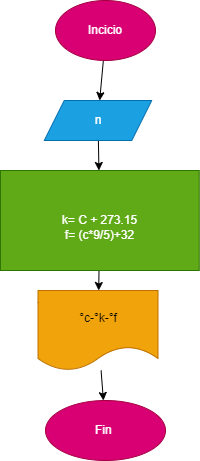
Earlier version of the draw.io export diagrama.png (n4ncy27/-_quiz_). Source tidied: cells renumbered, new cells last; positions are measured from the earlier drawing's top-left corner, leaving out a move shared by most shapes. The source it was exported from:
```xml
<mxGraphModel>
  <root>
    <mxCell id="0" />
    <mxCell id="1" parent="0" />
    <mxCell id="2" style="edgeStyle=none;html=1;" parent="1" edge="1" source="3" target="5">
      <mxGeometry relative="1" as="geometry" />
    </mxCell>
    <mxCell id="3" value="Incicio" style="ellipse;whiteSpace=wrap;html=1;fillColor=#d80073;fontColor=#ffffff;strokeColor=#A50040;" parent="1" vertex="1">
      <mxGeometry x="55" width="100" height="60" as="geometry" />
    </mxCell>
    <mxCell id="4" style="edgeStyle=none;html=1;" parent="1" edge="1" source="5" target="7">
      <mxGeometry relative="1" as="geometry" />
    </mxCell>
    <mxCell id="5" value="n" style="shape=parallelogram;perimeter=parallelogramPerimeter;whiteSpace=wrap;html=1;fixedSize=1;fillColor=#1ba1e2;strokeColor=#006EAF;fontColor=#ffffff;" parent="1" vertex="1">
      <mxGeometry x="43.8" y="100" width="107.5" height="40" as="geometry" />
    </mxCell>
    <mxCell id="6" style="edgeStyle=none;html=1;" parent="1" edge="1" source="7" target="9">
      <mxGeometry relative="1" as="geometry" />
    </mxCell>
    <mxCell id="7" value="&amp;nbsp;&amp;nbsp;&lt;br&gt;k= C + 273.15&lt;br&gt;f= (c*9/5)+32" style="whiteSpace=wrap;html=1;fillColor=#60a917;strokeColor=#2D7600;fontColor=#ffffff;" parent="1" vertex="1">
      <mxGeometry y="170" width="198.8" height="100" as="geometry" />
    </mxCell>
    <mxCell id="8" style="edgeStyle=none;html=1;" parent="1" edge="1" source="9" target="10">
      <mxGeometry relative="1" as="geometry" />
    </mxCell>
    <mxCell id="9" value="°c-°k-°f" style="shape=document;whiteSpace=wrap;html=1;boundedLbl=1;fillColor=#f0a30a;strokeColor=#BD7000;fontColor=#000000;" parent="1" vertex="1">
      <mxGeometry x="37.5" y="290" width="120" height="80" as="geometry" />
    </mxCell>
    <mxCell id="10" value="Fin&amp;nbsp;" style="ellipse;whiteSpace=wrap;html=1;fillColor=#d80073;strokeColor=#A50040;fontColor=#ffffff;" parent="1" vertex="1">
      <mxGeometry x="45" y="400" width="120" height="60" as="geometry" />
    </mxCell>
  </root>
</mxGraphModel>
```
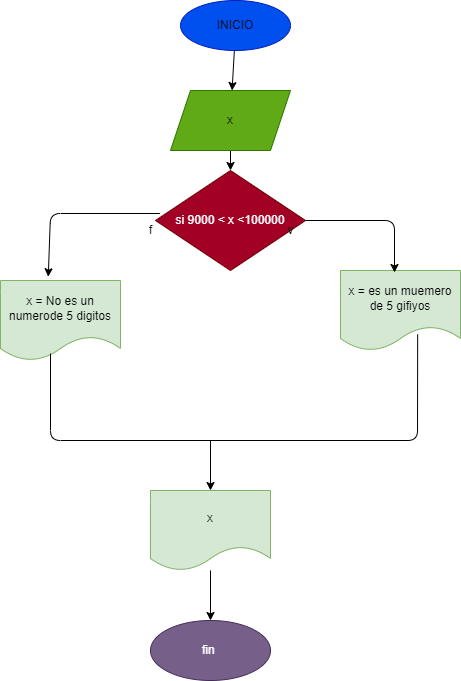
After the commit.

The edit, as a diff of the source:
```diff
@@ -2,32 +2,69 @@
   <root>
     <mxCell id="0" />
     <mxCell id="1" parent="0" />
+    <mxCell id="5" style="edgeStyle=none;html=1;fontColor=#000000;" parent="1" edge="1" source="2" target="4">
+      <mxGeometry relative="1" as="geometry" />
+    </mxCell>
-    <mxCell id="2" style="edgeStyle=none;html=1;" parent="1" edge="1" source="3" target="5">
-      <mxGeometry relative="1" as="geometry" />
+    <mxCell id="2" value="&lt;font color=&quot;#000000&quot;&gt;INICIO&lt;/font&gt;" style="ellipse;whiteSpace=wrap;html=1;fillColor=#0050ef;strokeColor=#001DBC;fontColor=#ffffff;" parent="1" vertex="1">
+      <mxGeometry x="25" width="110" height="50" as="geometry" />
     </mxCell>
-    <mxCell id="3" value="Incicio" style="ellipse;whiteSpace=wrap;html=1;fillColor=#d80073;fontColor=#ffffff;strokeColor=#A50040;" parent="1" vertex="1">
-      <mxGeometry x="55" width="100" height="60" as="geometry" />
-    </mxCell>
+    <mxCell id="7" style="edgeStyle=none;html=1;" parent="1" edge="1" source="4" target="13">
+      <mxGeometry relative="1" as="geometry" />
+    </mxCell>
-    <mxCell id="4" style="edgeStyle=none;html=1;" parent="1" edge="1" source="5" target="7">
-      <mxGeometry relative="1" as="geometry" />
+    <mxCell id="4" value="&lt;font color=&quot;#000000&quot;&gt;x&lt;/font&gt;" style="shape=parallelogram;perimeter=parallelogramPerimeter;whiteSpace=wrap;html=1;fixedSize=1;fillColor=#60a917;strokeColor=#2D7600;fontColor=#ffffff;" parent="1" vertex="1">
+      <mxGeometry x="15" y="90" width="120" height="60" as="geometry" />
     </mxCell>
-    <mxCell id="5" value="n" style="shape=parallelogram;perimeter=parallelogramPerimeter;whiteSpace=wrap;html=1;fixedSize=1;fillColor=#1ba1e2;strokeColor=#006EAF;fontColor=#ffffff;" parent="1" vertex="1">
-      <mxGeometry x="43.8" y="100" width="107.5" height="40" as="geometry" />
-    </mxCell>
+    <mxCell id="11" value="&lt;font color=&quot;#000000&quot;&gt;x = es un muemero de 5 gifiyos&lt;/font&gt;" style="shape=document;whiteSpace=wrap;html=1;boundedLbl=1;fillColor=#d5e8d4;strokeColor=#82b366;" parent="1" vertex="1">
+      <mxGeometry x="185" y="270" width="120" height="80" as="geometry" />
+    </mxCell>
+    <mxCell id="12" value="fin&amp;nbsp;" style="ellipse;whiteSpace=wrap;html=1;fillColor=#76608a;strokeColor=#432D57;fontColor=#ffffff;" parent="1" vertex="1">
+      <mxGeometry x="-5" y="620" width="120" height="60" as="geometry" />
+    </mxCell>
+    <mxCell id="13" value="si 9000 &amp;lt; x &amp;lt;100000" style="rhombus;whiteSpace=wrap;html=1;fillColor=#a20025;strokeColor=#6F0000;fontColor=#ffffff;" parent="1" vertex="1">
+      <mxGeometry y="170" width="150" height="100" as="geometry" />
+    </mxCell>
+    <mxCell id="9" style="endArrow=classic;html=1;exitX=1;exitY=0.5;exitDx=0;exitDy=0;entryX=0.45;entryY=0.025;entryDx=0;entryDy=0;entryPerimeter=0;" parent="1" edge="1" source="13" target="11">
+      <mxGeometry relative="1" as="geometry">
+        <Array as="points">
+          <mxPoint x="239" y="220" />
+        </Array>
+      </mxGeometry>
+    </mxCell>
-    <mxCell id="6" style="edgeStyle=none;html=1;" parent="1" edge="1" source="7" target="9">
-      <mxGeometry relative="1" as="geometry" />
+    <mxCell id="6" value="&lt;font color=&quot;#000000&quot;&gt;x = No es un numerode 5 digitos&lt;/font&gt;" style="shape=document;whiteSpace=wrap;html=1;boundedLbl=1;fillColor=#d5e8d4;strokeColor=#82b366;" parent="1" vertex="1">
+      <mxGeometry x="-155" y="280" width="120" height="80" as="geometry" />
     </mxCell>
-    <mxCell id="7" value="&amp;nbsp;&amp;nbsp;&lt;br&gt;k= C + 273.15&lt;br&gt;f= (c*9/5)+32" style="whiteSpace=wrap;html=1;fillColor=#60a917;strokeColor=#2D7600;fontColor=#ffffff;" parent="1" vertex="1">
-      <mxGeometry y="170" width="198.8" height="100" as="geometry" />
-    </mxCell>
+    <mxCell id="10" style="endArrow=classic;html=1;exitX=0.029;exitY=0.43;exitDx=0;exitDy=0;exitPerimeter=0;entryX=0.398;entryY=-0.047;entryDx=0;entryDy=0;entryPerimeter=0;" parent="1" edge="1" source="13" target="6">
+      <mxGeometry relative="1" as="geometry">
+        <Array as="points">
+          <mxPoint x="-105" y="213" />
+        </Array>
+      </mxGeometry>
+    </mxCell>
-    <mxCell id="8" style="edgeStyle=none;html=1;" parent="1" edge="1" source="9" target="10">
-      <mxGeometry relative="1" as="geometry" />
+    <mxCell id="8" value="v" style="text;html=1;align=center;verticalAlign=middle;strokeColor=none;fillColor=none;" parent="1" vertex="1">
+      <mxGeometry x="125" y="220" width="20" height="20" as="geometry" />
     </mxCell>
-    <mxCell id="9" value="°c-°k-°f" style="shape=document;whiteSpace=wrap;html=1;boundedLbl=1;fillColor=#f0a30a;strokeColor=#BD7000;fontColor=#000000;" parent="1" vertex="1">
-      <mxGeometry x="37.5" y="290" width="120" height="80" as="geometry" />
-    </mxCell>
-    <mxCell id="10" value="Fin&amp;nbsp;" style="ellipse;whiteSpace=wrap;html=1;fillColor=#d80073;strokeColor=#A50040;fontColor=#ffffff;" parent="1" vertex="1">
-      <mxGeometry x="45" y="400" width="120" height="60" as="geometry" />
-    </mxCell>
+    <mxCell id="14" style="edgeStyle=none;html=1;" parent="1" edge="1" source="15" target="12">
+      <mxGeometry relative="1" as="geometry" />
+    </mxCell>
+    <mxCell id="15" value="&lt;font color=&quot;#000000&quot;&gt;x&lt;/font&gt;" style="shape=document;whiteSpace=wrap;html=1;boundedLbl=1;fillColor=#d5e8d4;strokeColor=#82b366;" parent="1" vertex="1">
+      <mxGeometry x="-5" y="490" width="120" height="80" as="geometry" />
+    </mxCell>
+    <mxCell id="16" style="endArrow=none;html=1;exitX=0.643;exitY=0.799;exitDx=0;exitDy=0;exitPerimeter=0;" parent="1" edge="1" source="11">
+      <mxGeometry relative="1" as="geometry">
+        <mxPoint x="-105" y="353" as="targetPoint" />
+        <Array as="points">
+          <mxPoint x="262" y="440" />
+          <mxPoint x="-105" y="440" />
+        </Array>
+      </mxGeometry>
+    </mxCell>
+    <mxCell id="17" style="endArrow=classic;html=1;entryX=0.5;entryY=0;entryDx=0;entryDy=0;" parent="1" edge="1" target="15">
+      <mxGeometry relative="1" as="geometry">
+        <mxPoint x="55" y="440" as="sourcePoint" />
+      </mxGeometry>
+    </mxCell>
+    <mxCell id="18" value="f" style="text;html=1;align=center;verticalAlign=middle;strokeColor=none;fillColor=none;" parent="1" vertex="1">
+      <mxGeometry x="-15" y="220" width="20" height="20" as="geometry" />
+    </mxCell>
   </root>
 </mxGraphModel>
```
